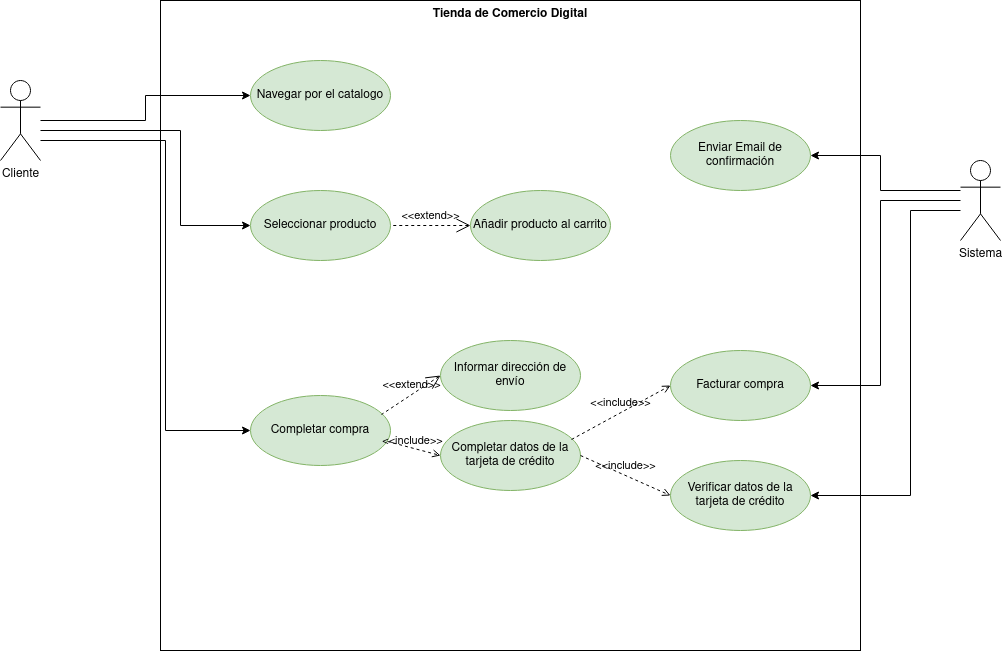
Earlier version of the draw.io export Tienda_de_Comercio_Electrónico.png (alejandrosalazargonzalez/Examen-te-rico-ETS). Source tidied: cells renumbered, new cells last; positions are measured from the earlier drawing's top-left corner, leaving out a move shared by most shapes.
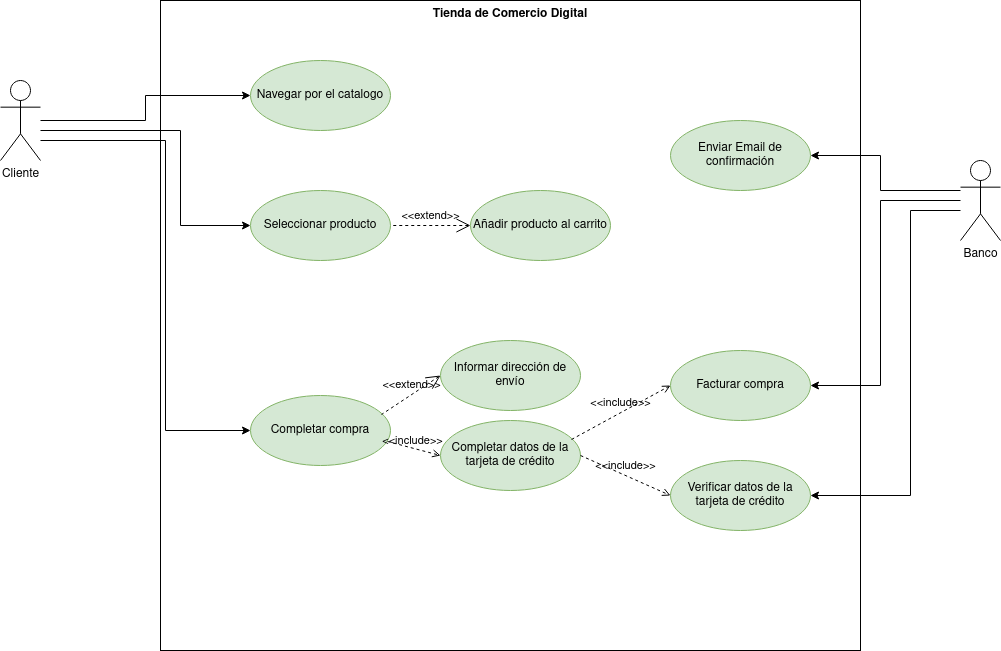
Above is the later version.

Change to the diagram source:
```diff
@@ -69,7 +69,7 @@
         </Array>
       </mxGeometry>
     </mxCell>
-    <mxCell id="16" value="&lt;div&gt;Sistema&lt;/div&gt;" style="shape=umlActor;html=1;verticalLabelPosition=bottom;verticalAlign=top;align=center;" parent="1" vertex="1">
+    <mxCell id="16" value="Banco" style="shape=umlActor;html=1;verticalLabelPosition=bottom;verticalAlign=top;align=center;" parent="1" vertex="1">
       <mxGeometry x="960" y="160" width="40" height="80" as="geometry" />
     </mxCell>
     <mxCell id="17" value="&amp;lt;&amp;lt;extend&amp;gt;&amp;gt;" style="edgeStyle=none;html=1;startArrow=open;endArrow=none;startSize=12;verticalAlign=bottom;dashed=1;labelBackgroundColor=none;rounded=0;exitX=0;exitY=0.5;exitDx=0;exitDy=0;entryX=1;entryY=0.5;entryDx=0;entryDy=0;" parent="1" edge="1" source="9" target="8">
```
